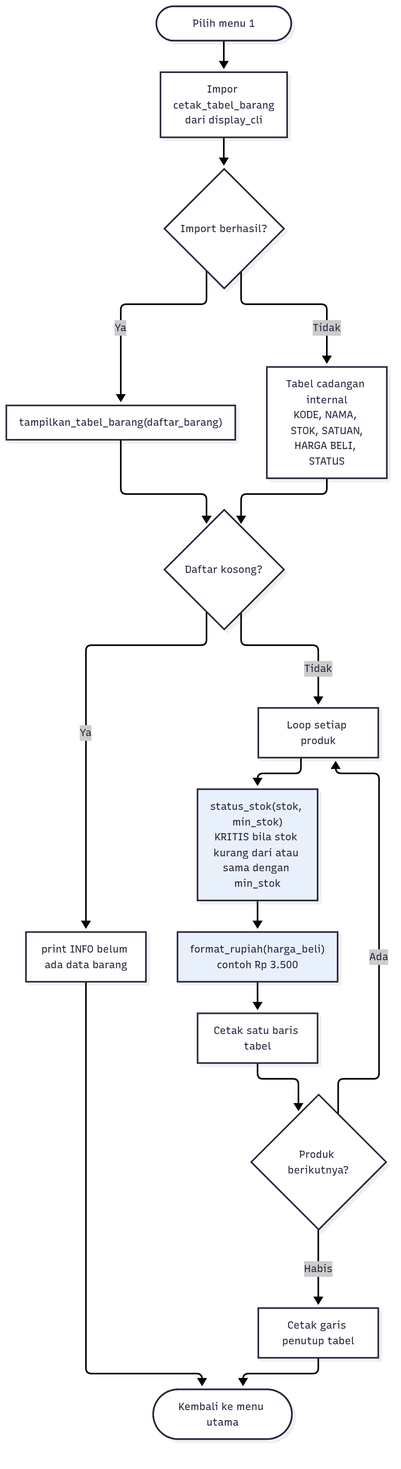
The Mermaid diagram docs/assets/diagrams/03-menu-1-daftar-stok.png in Curzyori/Stokku-Desktop, before a commit. Its source is kept beside it as docs/diagrams/03-menu-1-daftar-stok.mmd. The source it was exported from:
```mermaid
%%{init: {"flowchart": {"nodeSpacing": 22, "rankSpacing": 30, "padding": 6}, "themeVariables": {"fontSize": "13px"}}}%%
flowchart TD
    A([Pilih menu 1]) --> B["Impor cetak_tabel_barang<br/>dari display_cli"]
    B --> C{"Import berhasil?"}
    C -->|"Ya"| D["tampilkan_tabel_barang(daftar_barang)"]
    C -->|"Tidak"| E["Tabel cadangan internal<br/>KODE, NAMA, STOK, SATUAN,<br/>HARGA BELI, STATUS"]
    D --> F{"Daftar kosong?"}
    E --> F
    F -->|"Ya"| G["print INFO belum ada data barang"]
    F -->|"Tidak"| H["Loop setiap produk"]
    H --> I["status_stok(stok, min_stok)<br/>KRITIS bila stok kurang dari atau sama dengan min_stok"]
    I --> J["format_rupiah(harga_beli)<br/>contoh Rp 3.500"]
    J --> K["Cetak satu baris tabel"]
    K --> L{"Produk berikutnya?"}
    L -->|"Ada"| H
    L -->|"Habis"| M["Cetak garis penutup tabel"]
    M --> N([Kembali ke menu utama])
    G --> N

    style I fill:#e8f0fb
    style J fill:#e8f0fb
```
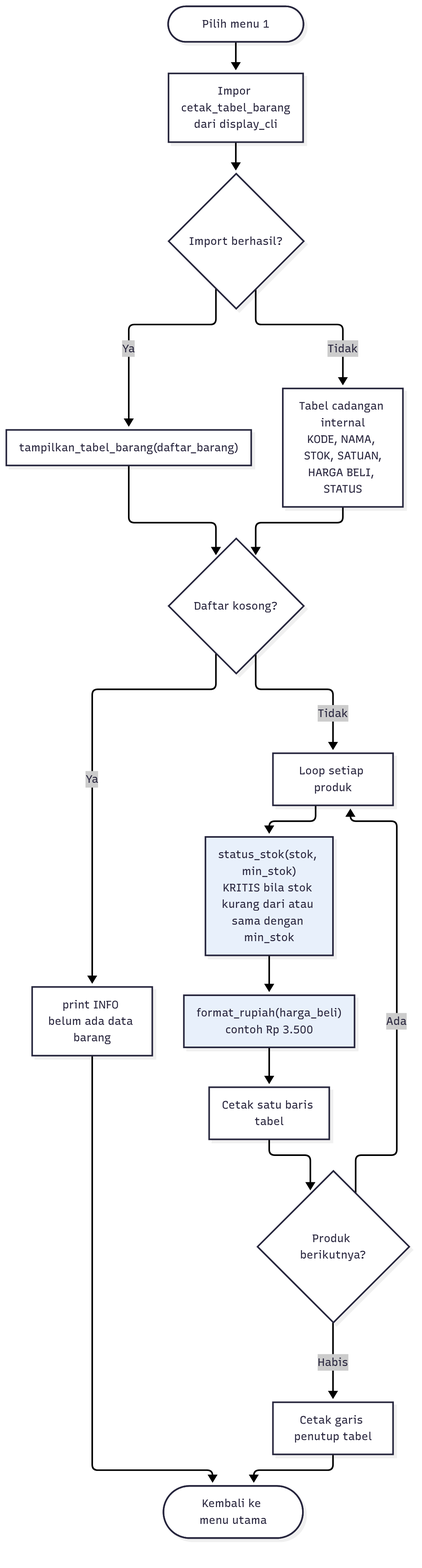
Above is the later version.

Change to the diagram source:
```diff
@@ -1,4 +1,3 @@
-%%{init: {"flowchart": {"nodeSpacing": 22, "rankSpacing": 30, "padding": 6}, "themeVariables": {"fontSize": "13px"}}}%%
 flowchart TD
     A([Pilih menu 1]) --> B["Impor cetak_tabel_barang<br/>dari display_cli"]
     B --> C{"Import berhasil?"}
```
